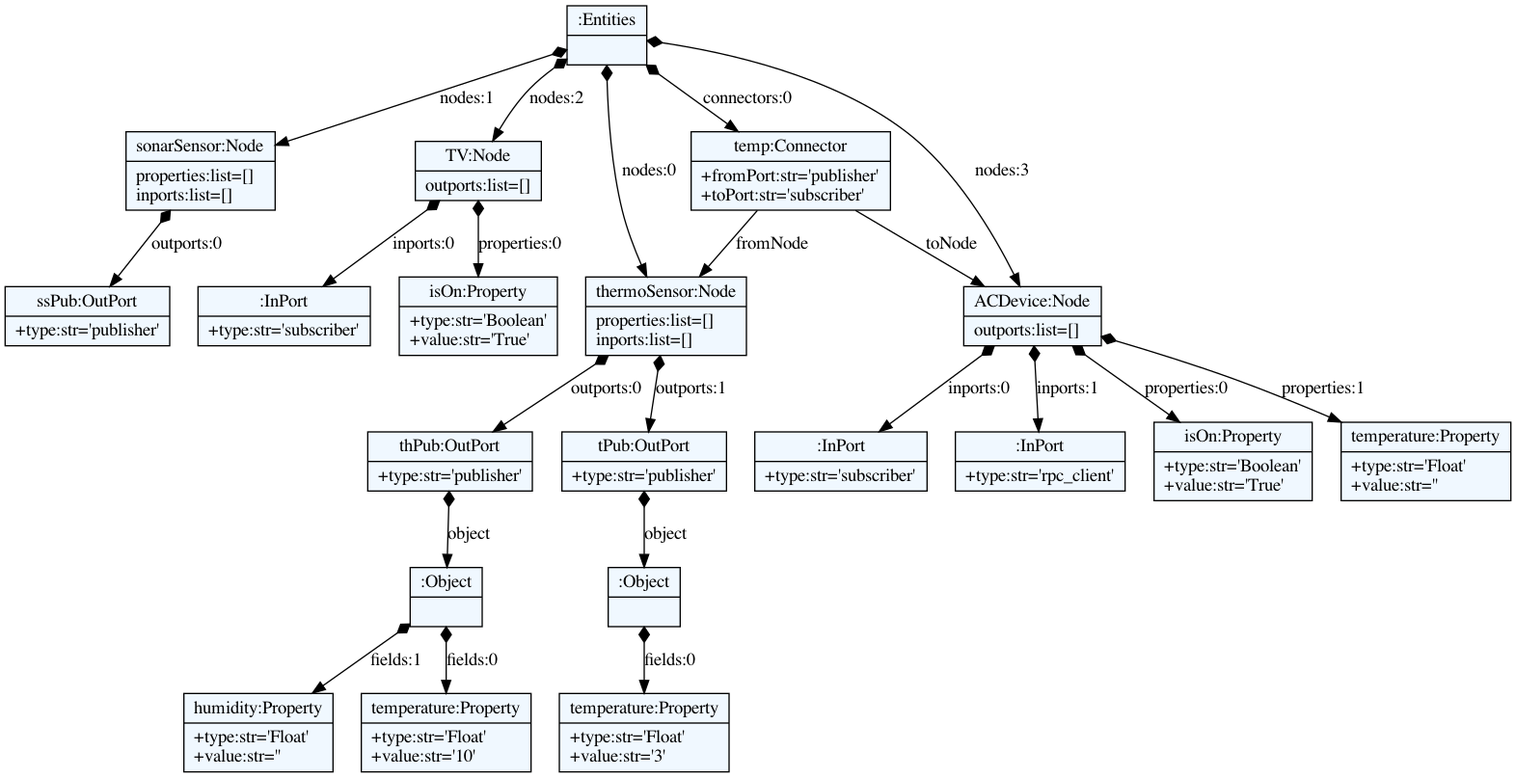
Before: nodem/models/nodes.dot.png, a diagram exported from Graphviz (xanthoko/meco). Its source is kept beside it as nodem/models/nodes.dot.
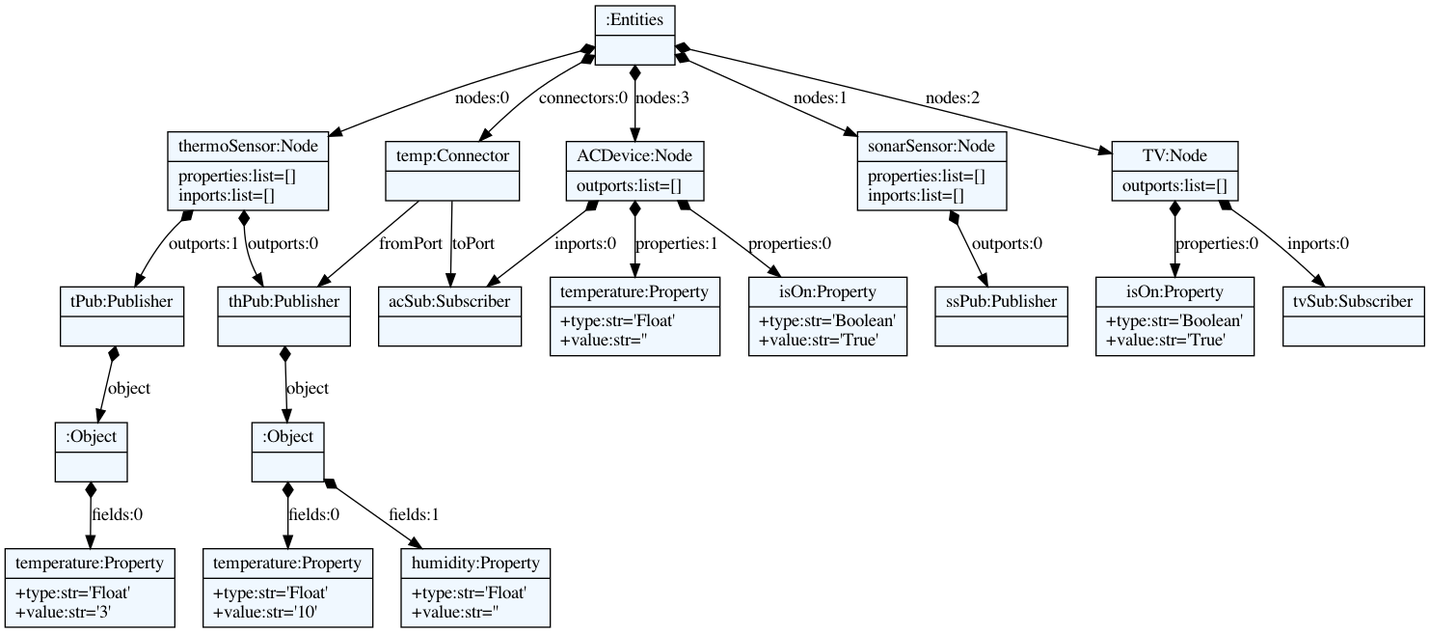
After the change.

Diff of the diagram source:
```diff
@@ -10,46 +10,44 @@
     edge[dir=black,arrowtail=empty]
 
 
-4368901840 -> 4368902752 [label="nodes:0" arrowtail=diamond dir=both]
-4368902752 -> 4368903520 [label="outports:0" arrowtail=diamond dir=both]
-4368903520 -> 4368902656 [label="object" arrowtail=diamond dir=both]
-4368902656 -> 4368902320 [label="fields:0" arrowtail=diamond dir=both]
-4368902320[label="{temperature:Property|+type:str='Float'\l+value:str='10'\l}"]
-4368902656 -> 4368902368 [label="fields:1" arrowtail=diamond dir=both]
-4368902368[label="{humidity:Property|+type:str='Float'\l+value:str=''\l}"]
-4368902656[label="{:Object|}"]
-4368903520[label="{thPub:OutPort|+type:str='publisher'\l}"]
-4368902752 -> 4368903952 [label="outports:1" arrowtail=diamond dir=both]
-4368903952 -> 4368901744 [label="object" arrowtail=diamond dir=both]
-4368901744 -> 4368900592 [label="fields:0" arrowtail=diamond dir=both]
-4368900592[label="{temperature:Property|+type:str='Float'\l+value:str='3'\l}"]
-4368901744[label="{:Object|}"]
-4368903952[label="{tPub:OutPort|+type:str='publisher'\l}"]
-4368902752[label="{thermoSensor:Node|properties:list=[]\linports:list=[]\l}"]
-4368901840 -> 4368901408 [label="nodes:1" arrowtail=diamond dir=both]
-4368901408 -> 4368902416 [label="outports:0" arrowtail=diamond dir=both]
-4368902416[label="{ssPub:OutPort|+type:str='publisher'\l}"]
-4368901408[label="{sonarSensor:Node|properties:list=[]\linports:list=[]\l}"]
-4368901840 -> 4368903184 [label="nodes:2" arrowtail=diamond dir=both]
-4368903184 -> 4368900256 [label="properties:0" arrowtail=diamond dir=both]
-4368900256[label="{isOn:Property|+type:str='Boolean'\l+value:str='True'\l}"]
-4368903184 -> 4368901120 [label="inports:0" arrowtail=diamond dir=both]
-4368901120[label="{:InPort|+type:str='subscriber'\l}"]
-4368903184[label="{TV:Node|outports:list=[]\l}"]
-4368901840 -> 4368903904 [label="nodes:3" arrowtail=diamond dir=both]
-4368903904 -> 4368904096 [label="properties:0" arrowtail=diamond dir=both]
-4368904096[label="{isOn:Property|+type:str='Boolean'\l+value:str='True'\l}"]
-4368903904 -> 4368903760 [label="properties:1" arrowtail=diamond dir=both]
-4368903760[label="{temperature:Property|+type:str='Float'\l+value:str=''\l}"]
-4368903904 -> 4368903328 [label="inports:0" arrowtail=diamond dir=both]
-4368903328[label="{:InPort|+type:str='subscriber'\l}"]
-4368903904 -> 4368901648 [label="inports:1" arrowtail=diamond dir=both]
-4368901648[label="{:InPort|+type:str='rpc_client'\l}"]
-4368903904[label="{ACDevice:Node|outports:list=[]\l}"]
-4368901840 -> 4368900208 [label="connectors:0" arrowtail=diamond dir=both]
-4368900208 -> 4368902752 [label="fromNode" ]
-4368900208 -> 4368903904 [label="toNode" ]
-4368900208[label="{temp:Connector|+fromPort:str='publisher'\l+toPort:str='subscriber'\l}"]
-4368901840[label="{:Entities|}"]
+4475618304 -> 4475687072 [label="nodes:0" arrowtail=diamond dir=both]
+4475687072 -> 4475687216 [label="outports:0" arrowtail=diamond dir=both]
+4475687216 -> 4475687360 [label="object" arrowtail=diamond dir=both]
+4475687360 -> 4475687552 [label="fields:0" arrowtail=diamond dir=both]
+4475687552[label="{temperature:Property|+type:str='Float'\l+value:str='10'\l}"]
+4475687360 -> 4475687600 [label="fields:1" arrowtail=diamond dir=both]
+4475687600[label="{humidity:Property|+type:str='Float'\l+value:str=''\l}"]
+4475687360[label="{:Object|}"]
+4475687216[label="{thPub:Publisher|}"]
+4475687072 -> 4475687312 [label="outports:1" arrowtail=diamond dir=both]
+4475687312 -> 4475687696 [label="object" arrowtail=diamond dir=both]
+4475687696 -> 4475687888 [label="fields:0" arrowtail=diamond dir=both]
+4475687888[label="{temperature:Property|+type:str='Float'\l+value:str='3'\l}"]
+4475687696[label="{:Object|}"]
+4475687312[label="{tPub:Publisher|}"]
+4475687072[label="{thermoSensor:Node|properties:list=[]\linports:list=[]\l}"]
+4475618304 -> 4475687456 [label="nodes:1" arrowtail=diamond dir=both]
+4475687456 -> 4475687648 [label="outports:0" arrowtail=diamond dir=both]
+4475687648[label="{ssPub:Publisher|}"]
+4475687456[label="{sonarSensor:Node|properties:list=[]\linports:list=[]\l}"]
+4475618304 -> 4475687120 [label="nodes:2" arrowtail=diamond dir=both]
+4475687120 -> 4475687936 [label="properties:0" arrowtail=diamond dir=both]
+4475687936[label="{isOn:Property|+type:str='Boolean'\l+value:str='True'\l}"]
+4475687120 -> 4475687984 [label="inports:0" arrowtail=diamond dir=both]
+4475687984[label="{tvSub:Subscriber|}"]
+4475687120[label="{TV:Node|outports:list=[]\l}"]
+4475618304 -> 4475687168 [label="nodes:3" arrowtail=diamond dir=both]
+4475687168 -> 4475688128 [label="properties:0" arrowtail=diamond dir=both]
+4475688128[label="{isOn:Property|+type:str='Boolean'\l+value:str='True'\l}"]
+4475687168 -> 4475688176 [label="properties:1" arrowtail=diamond dir=both]
+4475688176[label="{temperature:Property|+type:str='Float'\l+value:str=''\l}"]
+4475687168 -> 4475688224 [label="inports:0" arrowtail=diamond dir=both]
+4475688224[label="{acSub:Subscriber|}"]
+4475687168[label="{ACDevice:Node|outports:list=[]\l}"]
+4475618304 -> 4475687840 [label="connectors:0" arrowtail=diamond dir=both]
+4475687840 -> 4475687216 [label="fromPort" ]
+4475687840 -> 4475688224 [label="toPort" ]
+4475687840[label="{temp:Connector|}"]
+4475618304[label="{:Entities|}"]
 
 }
```
